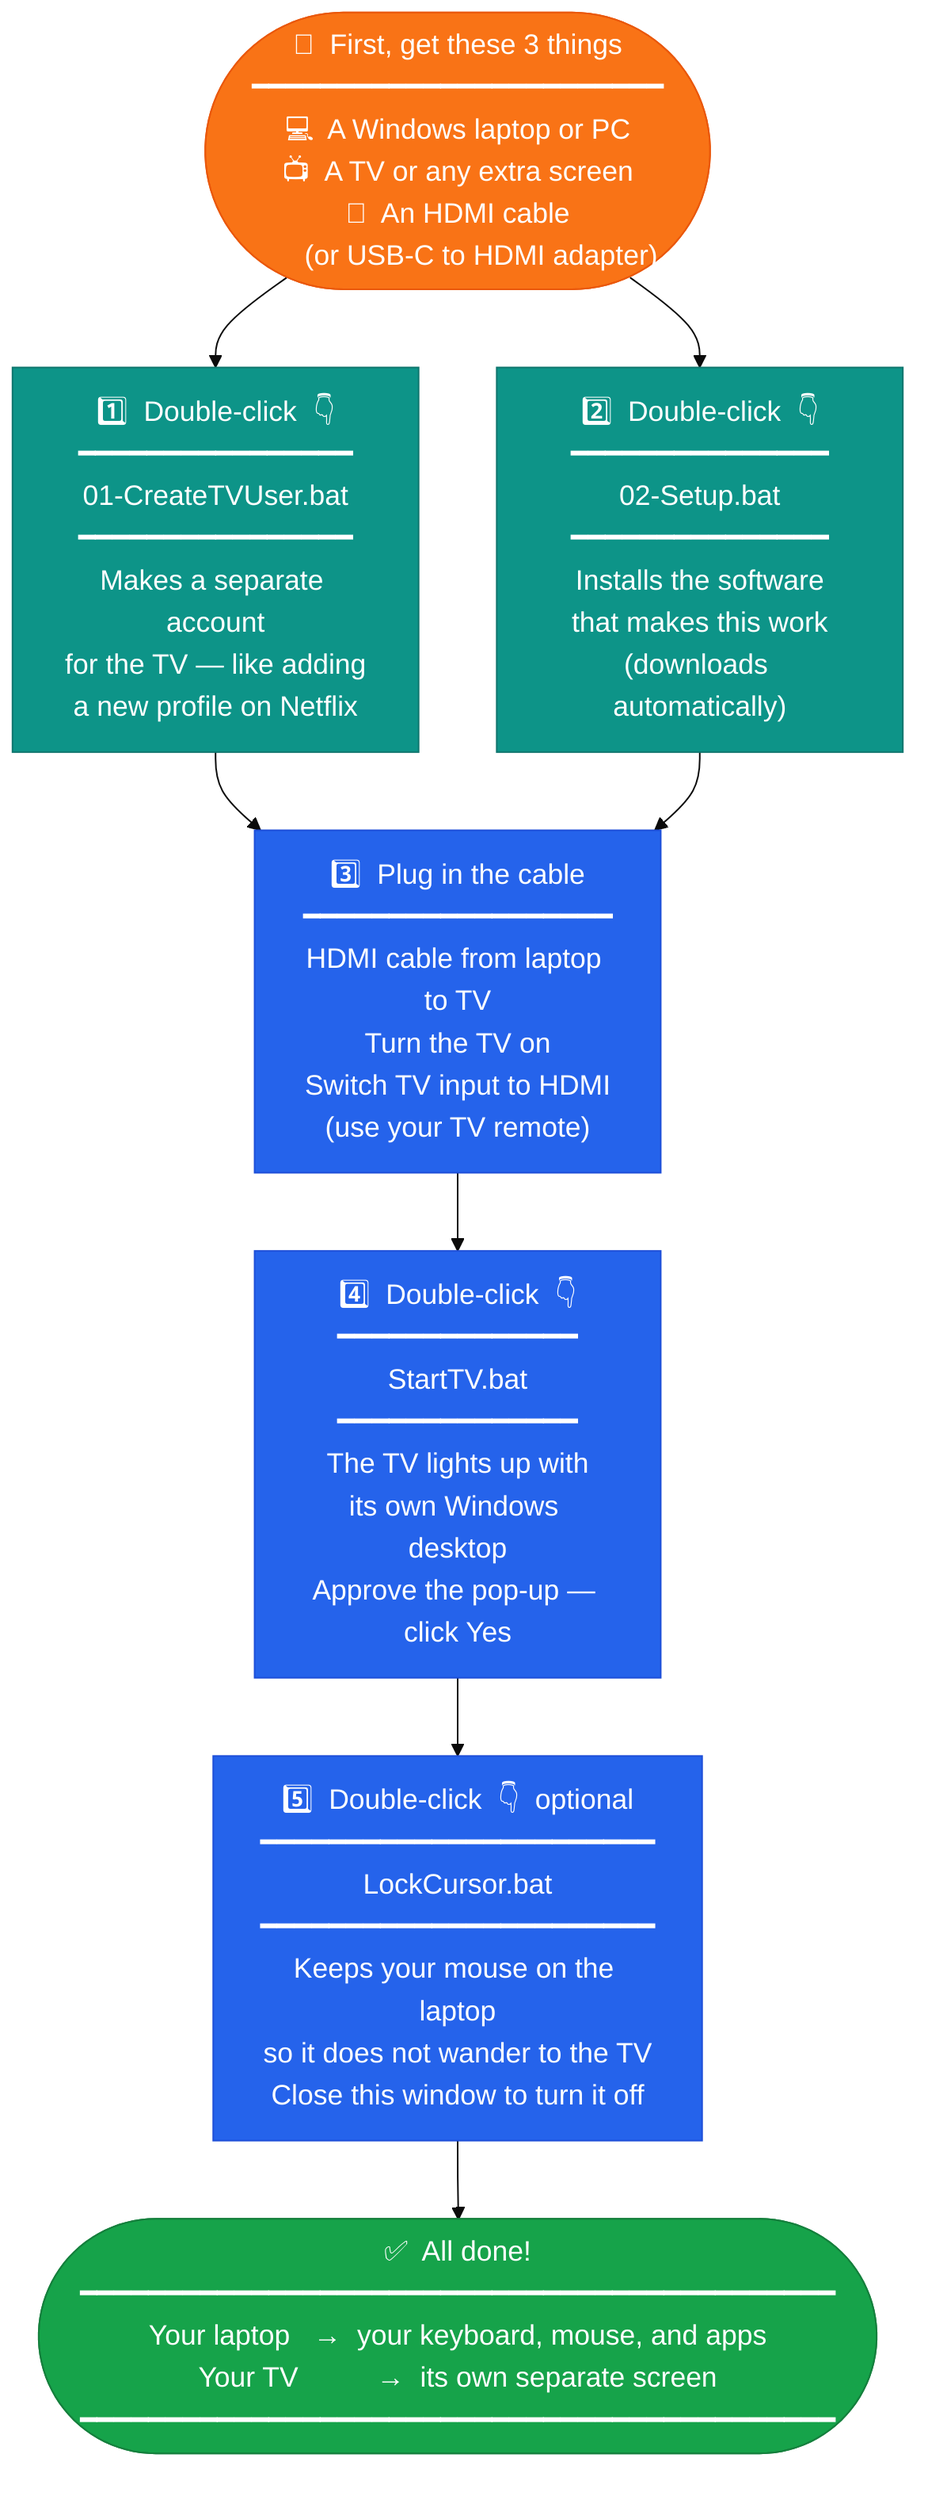
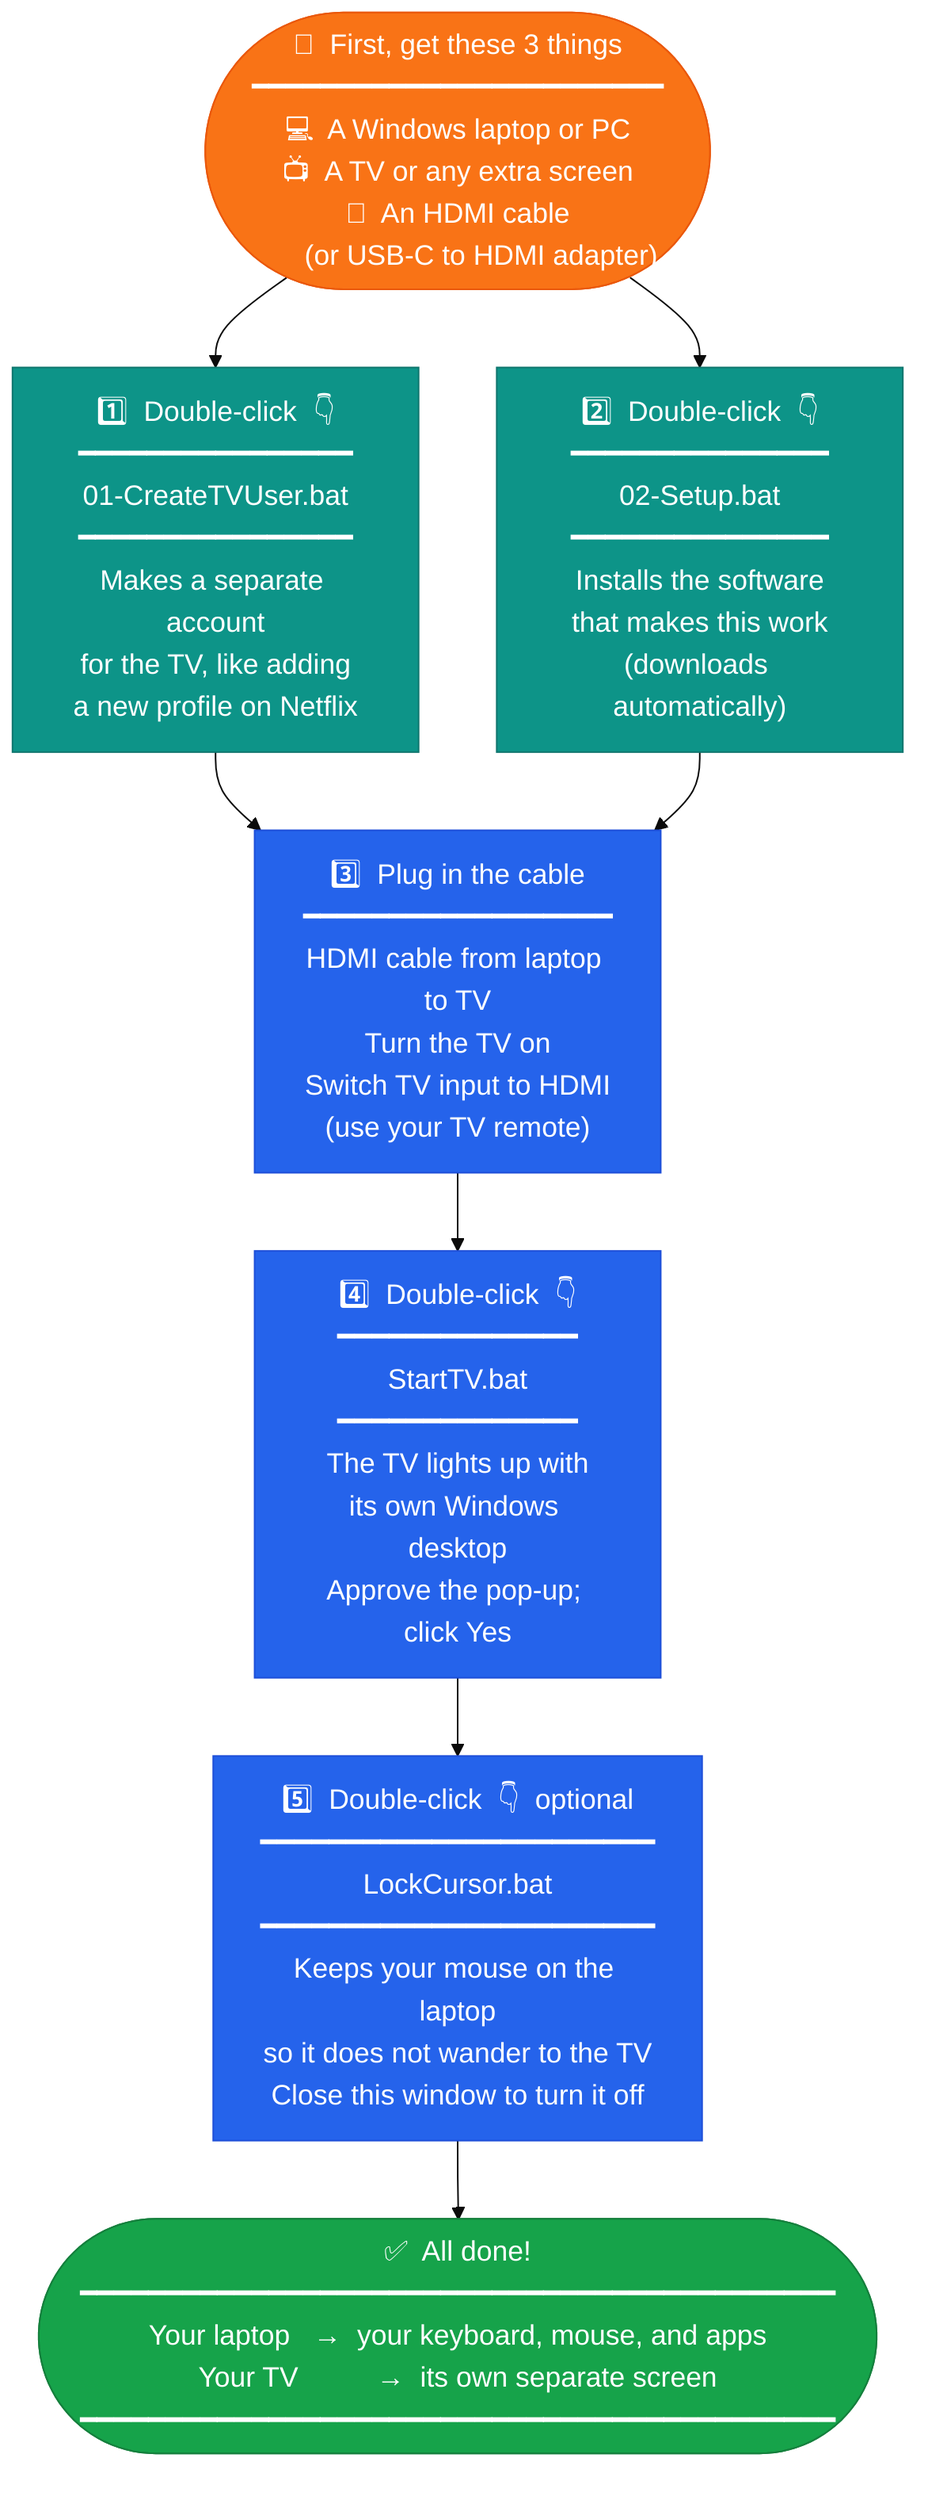
%%{ init: { 'theme': 'base', 'themeVariables': { 'fontSize': '18px', 'fontFamily': 'arial' } } }%%
flowchart TD
    classDef need fill:#f97316,stroke:#ea580c,color:#fff
    classDef once fill:#0d9488,stroke:#0f766e,color:#fff
    classDef daily fill:#2563eb,stroke:#1d4ed8,color:#fff
    classDef done fill:#16a34a,stroke:#15803d,color:#fff

    NEED(["🛒  First, get these 3 things\n━━━━━━━━━━━━━━━━━━━━━━━━\n💻  A Windows laptop or PC\n📺  A TV or any extra screen\n🔌  An HDMI cable\n      (or USB-C to HDMI adapter)"]):::need

-     NEED --> S1["1️⃣  Double-click  👇\n━━━━━━━━━━━━━━━━\n01-CreateTVUser.bat\n━━━━━━━━━━━━━━━━\nMakes a separate account\nfor the TV — like adding\na new profile on Netflix"]:::once
+     NEED --> S1["1️⃣  Double-click  👇\n━━━━━━━━━━━━━━━━\n01-CreateTVUser.bat\n━━━━━━━━━━━━━━━━\nMakes a separate account\nfor the TV, like adding\na new profile on Netflix"]:::once

    NEED --> S2["2️⃣  Double-click  👇\n━━━━━━━━━━━━━━━\n02-Setup.bat\n━━━━━━━━━━━━━━━\nInstalls the software\nthat makes this work\n(downloads automatically)"]:::once

    S1 & S2 --> S3["3️⃣  Plug in the cable\n━━━━━━━━━━━━━━━━━━\nHDMI cable from laptop to TV\nTurn the TV on\nSwitch TV input to HDMI\n(use your TV remote)"]:::daily

-     S3 --> S4["4️⃣  Double-click  👇\n━━━━━━━━━━━━━━\nStartTV.bat\n━━━━━━━━━━━━━━\nThe TV lights up with\nits own Windows desktop\nApprove the pop-up — click Yes"]:::daily
+     S3 --> S4["4️⃣  Double-click  👇\n━━━━━━━━━━━━━━\nStartTV.bat\n━━━━━━━━━━━━━━\nThe TV lights up with\nits own Windows desktop\nApprove the pop-up; click Yes"]:::daily

    S4 --> S5["5️⃣  Double-click  👇  optional\n━━━━━━━━━━━━━━━━━━━━━━━\nLockCursor.bat\n━━━━━━━━━━━━━━━━━━━━━━━\nKeeps your mouse on the laptop\nso it does not wander to the TV\nClose this window to turn it off"]:::daily

    S5 --> DONE(["✅  All done!\n━━━━━━━━━━━━━━━━━━━━━━━━━━━━━━━━━━━━━━━━━━━━\nYour laptop   →  your keyboard, mouse, and apps\nYour TV          →  its own separate screen\n━━━━━━━━━━━━━━━━━━━━━━━━━━━━━━━━━━━━━━━━━━━━"]):::done
